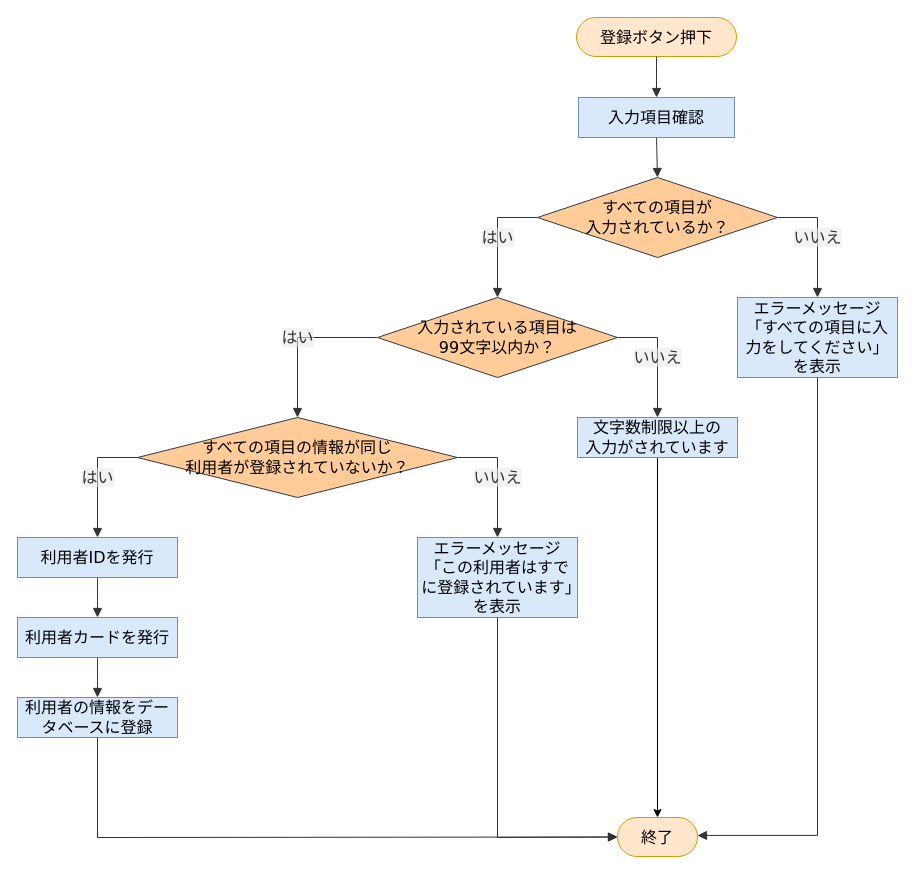
This is 詳細設計書/7班/flowchart/利用者登録.drawio from rs002421-creator/-, a draw.io file, before an edit. Source tidied: cells renumbered, new cells numbered last; positions are measured from the earlier drawing's top-left corner, leaving out a move shared by most shapes. Both pictures are drawn from the tidied source at 100%, with x=0, y=0 at pixel (17, 17).
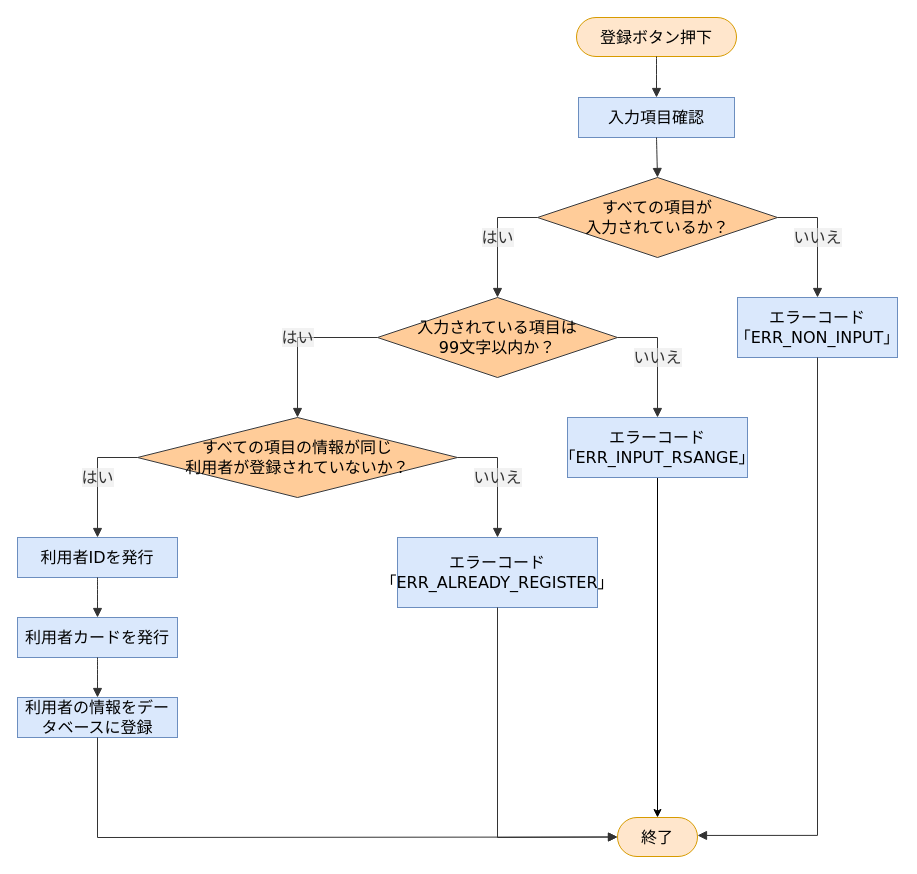
Above is the later version.

Change to the diagram source:
```diff
@@
-    <mxCell id="6" value="エラーメッセージ「すべての項目に入力をしてください」を表示" style="html=1;whiteSpace=wrap;strokeWidth=1;fillColor=#dae8fc;strokeColor=#6c8ebf;fontFamily=Trebuchet MS,Verdana,Arial,sans-serif;fontSize=16;" parent="1" vertex="1">
-      <mxGeometry x="720" y="280" width="160" height="80" as="geometry" />
+    <mxCell id="6" value="エラーコード「ERR_NON_INPUT」" style="html=1;whiteSpace=wrap;strokeWidth=1;fillColor=#dae8fc;strokeColor=#6c8ebf;fontFamily=Trebuchet MS,Verdana,Arial,sans-serif;fontSize=16;" parent="1" vertex="1">
+      <mxGeometry x="720" y="280" width="160" height="60" as="geometry" />
     </mxCell>
@@
-    <mxCell id="9" value="文字数制限以上の&lt;div&gt;入力がされています&lt;/div&gt;" style="html=1;whiteSpace=wrap;strokeWidth=1;fillColor=#dae8fc;strokeColor=#6c8ebf;fontFamily=Trebuchet MS,Verdana,Arial,sans-serif;fontSize=16;" parent="1" vertex="1">
-      <mxGeometry x="560" y="400" width="160" height="40" as="geometry" />
+    <mxCell id="9" value="エラーコード「ERR_INPUT_RSANGE」" style="html=1;whiteSpace=wrap;strokeWidth=1;fillColor=#dae8fc;strokeColor=#6c8ebf;fontFamily=Trebuchet MS,Verdana,Arial,sans-serif;fontSize=16;" parent="1" vertex="1">
+      <mxGeometry x="550" y="400" width="180" height="60" as="geometry" />
     </mxCell>
@@
-    <mxCell id="11" value="エラーメッセージ「この利用者はすでに登録されています」を表示" style="html=1;whiteSpace=wrap;strokeWidth=1;fillColor=#dae8fc;strokeColor=#6c8ebf;fontFamily=Trebuchet MS,Verdana,Arial,sans-serif;fontSize=16;" parent="1" vertex="1">
-      <mxGeometry x="400" y="520" width="160" height="80" as="geometry" />
+    <mxCell id="11" value="エラーコード「ERR_ALREADY_REGISTER」" style="html=1;whiteSpace=wrap;strokeWidth=1;fillColor=#dae8fc;strokeColor=#6c8ebf;fontFamily=Trebuchet MS,Verdana,Arial,sans-serif;fontSize=16;" parent="1" vertex="1">
+      <mxGeometry x="380" y="520" width="200" height="70" as="geometry" />
     </mxCell>
```
